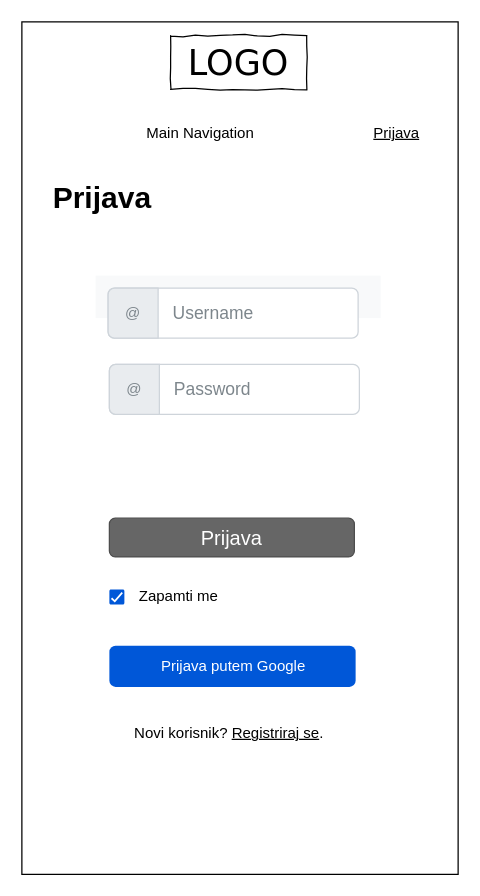
This is page "Mobile Prijava" (14 of 16) of low-fidelity-HCI.drawio from JakovSp/HCI, a draw.io file, before an edit. Source tidied: cells renumbered, new cells numbered last; positions are measured from the earlier drawing's top-left corner, leaving out a move shared by most shapes. Both pictures are drawn from the tidied source at 125%, with x=0, y=0 at pixel (21, 21). Pictures stored in the file or linked from it are replaced by grey dashed boxes.
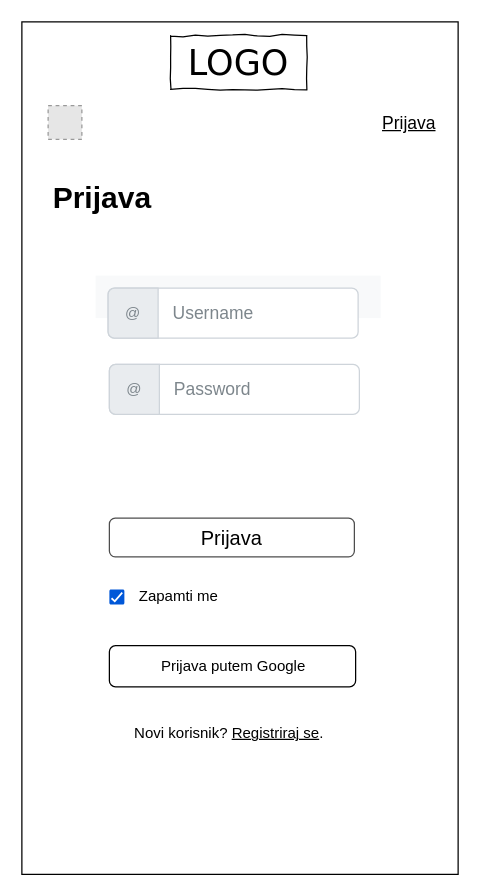
Above is the later version.

What changed in the source:
```diff
@@
 <mxGraphModel>
   <root>
     <mxCell id="0" />
     <mxCell id="1" parent="0" />
     <mxCell id="2" style="rounded=0;whiteSpace=wrap;html=1;" parent="1" vertex="1">
       <mxGeometry width="349" height="682" as="geometry" />
     </mxCell>
     <mxCell id="3" value="LOGO" style="whiteSpace=wrap;html=1;rounded=0;shadow=0;labelBackgroundColor=none;strokeWidth=1;fontFamily=Verdana;fontSize=28;align=center;comic=1;" parent="1" vertex="1">
       <mxGeometry x="119" y="11" width="109" height="43" as="geometry" />
     </mxCell>
-    <mxCell id="4" value="&lt;u&gt;Prijava&lt;/u&gt;" style="text;html=1;strokeColor=none;align=center;verticalAlign=middle;whiteSpace=wrap;rounded=0;fillColor=#ffffff;" parent="1" vertex="1">
-      <mxGeometry x="280" y="88" width="40" height="2" as="geometry" />
-    </mxCell>
-    <mxCell id="5" value="Main Navigation" style="text;html=1;strokeColor=none;align=center;verticalAlign=middle;whiteSpace=wrap;rounded=0;fillColor=#ffffff;" parent="1" vertex="1">
-      <mxGeometry x="22" y="79" width="242" height="20" as="geometry" />
-    </mxCell>
     <mxCell id="6" value="Prijava" style="text;strokeColor=none;fillColor=none;html=1;fontSize=24;fontStyle=1;verticalAlign=middle;align=center;" parent="1" vertex="1">
       <mxGeometry x="22" y="126" width="83" height="29" as="geometry" />
     </mxCell>
     <mxCell id="7" style="html=1;shadow=0;dashed=0;fillColor=#F8F9FA;strokeColor=none;fontSize=16;fontColor=#181819;align=left;spacing=15;" parent="1" vertex="1">
       <mxGeometry x="59" y="203" width="228" height="34" as="geometry" />
     </mxCell>
     <mxCell id="8" value="Username" style="html=1;shadow=0;dashed=0;shape=mxgraph.bootstrap.rrect;rSize=5;strokeColor=#CED4DA;html=1;whiteSpace=wrap;fillColor=#FFFFFF;fontColor=#7D868C;align=left;spacingLeft=50;fontSize=14;" parent="7" vertex="1">
       <mxGeometry width="200" height="40" relative="1" as="geometry">
         <mxPoint x="10" y="10" as="offset" />
       </mxGeometry>
     </mxCell>
     <mxCell id="9" value="@" style="html=1;shadow=0;dashed=0;shape=mxgraph.bootstrap.leftButton;strokeColor=inherit;gradientColor=inherit;fontColor=inherit;fillColor=#E9ECEF;rSize=5;perimeter=none;whiteSpace=wrap;" parent="8" vertex="1">
       <mxGeometry width="40" height="40" relative="1" as="geometry" />
     </mxCell>
     <mxCell id="10" value="Password" style="html=1;shadow=0;dashed=0;shape=mxgraph.bootstrap.rrect;rSize=5;strokeColor=#CED4DA;html=1;whiteSpace=wrap;fillColor=#FFFFFF;fontColor=#7D868C;align=left;spacingLeft=50;fontSize=14;" parent="1" vertex="1">
       <mxGeometry x="70" y="274" width="200" height="40" as="geometry" />
     </mxCell>
     <mxCell id="11" value="@" style="html=1;shadow=0;dashed=0;shape=mxgraph.bootstrap.leftButton;strokeColor=inherit;gradientColor=inherit;fontColor=inherit;fillColor=#E9ECEF;rSize=5;perimeter=none;whiteSpace=wrap;" parent="10" vertex="1">
       <mxGeometry width="40" height="40" relative="1" as="geometry" />
     </mxCell>
-    <mxCell id="12" value="&lt;font style=&quot;font-size: 16px&quot;&gt;Prijava&lt;/font&gt;" style="rounded=1;html=1;shadow=0;dashed=0;whiteSpace=wrap;fontSize=10;fillColor=#666666;align=center;strokeColor=#4D4D4D;fontColor=#ffffff;" parent="1" vertex="1">
+    <mxCell id="12" value="&lt;font style=&quot;font-size: 16px&quot; color=&quot;#000000&quot;&gt;Prijava&lt;/font&gt;" style="rounded=1;html=1;shadow=0;dashed=0;whiteSpace=wrap;fontSize=10;align=center;strokeColor=#4D4D4D;fontColor=#ffffff;fillColor=none;" parent="1" vertex="1">
       <mxGeometry x="70" y="397" width="196" height="31" as="geometry" />
     </mxCell>
     <mxCell id="13" value="Zapamti me" style="html=1;shadow=0;dashed=0;shape=mxgraph.atlassian.checkbox_2;fillColor=#0057D8;strokeColor=none;align=left;verticalAlign=middle;fontStyle=0;fontSize=12;labelPosition=right;verticalLabelPosition=middle;spacingLeft=10;" parent="1" vertex="1">
       <mxGeometry x="70" y="454" width="12" height="12" as="geometry" />
     </mxCell>
-    <mxCell id="14" value="Prijava putem Google" style="rounded=1;fillColor=#0057D8;strokeColor=none;html=1;fontColor=#ffffff;align=center;verticalAlign=middle;fontStyle=0;fontSize=12;" parent="1" vertex="1">
+    <mxCell id="14" value="&lt;font color=&quot;#000000&quot;&gt;Prijava putem Google&lt;/font&gt;" style="rounded=1;html=1;fontColor=#ffffff;align=center;verticalAlign=middle;fontStyle=0;fontSize=12;fillColor=none;" parent="1" vertex="1">
       <mxGeometry x="70" y="499" width="197" height="33" as="geometry" />
     </mxCell>
     <mxCell id="15" value="Novi korisnik? &lt;u&gt;Registriraj se&lt;/u&gt;." style="text;html=1;strokeColor=none;fillColor=none;align=center;verticalAlign=middle;whiteSpace=wrap;rounded=0;" parent="1" vertex="1">
       <mxGeometry x="69" y="559" width="194" height="20" as="geometry" />
     </mxCell>
+    <mxCell id="16" style="fillColor=#E6E6E6;strokeColor=#999999;dashed=1;verticalLabelPosition=bottom;labelBackgroundColor=#ffffff;verticalAlign=top;" parent="1" vertex="1">
+      <mxGeometry x="21" y="67" width="27" height="27" as="geometry" />
+    </mxCell>
+    <mxCell id="4" value="&lt;u&gt;Prijava&lt;/u&gt;" style="text;html=1;strokeColor=none;fillColor=none;align=center;verticalAlign=middle;whiteSpace=wrap;rounded=0;fontSize=14;" parent="1" vertex="1">
+      <mxGeometry x="290" y="70.5" width="40" height="20" as="geometry" />
+    </mxCell>
   </root>
 </mxGraphModel>
```
